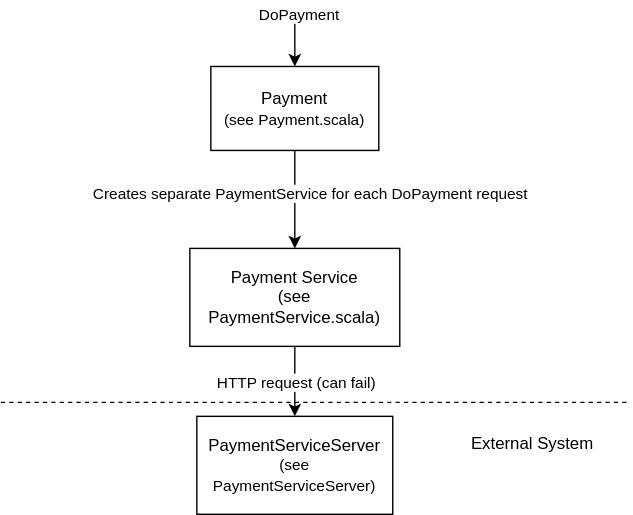
The draw.io diagram payment_architecture.drawio.svg in agh-reactive/reactive-lab5, before a commit. Source tidied: cells renumbered, new cells last; positions are measured from the earlier drawing's top-left corner, leaving out a move shared by most shapes.
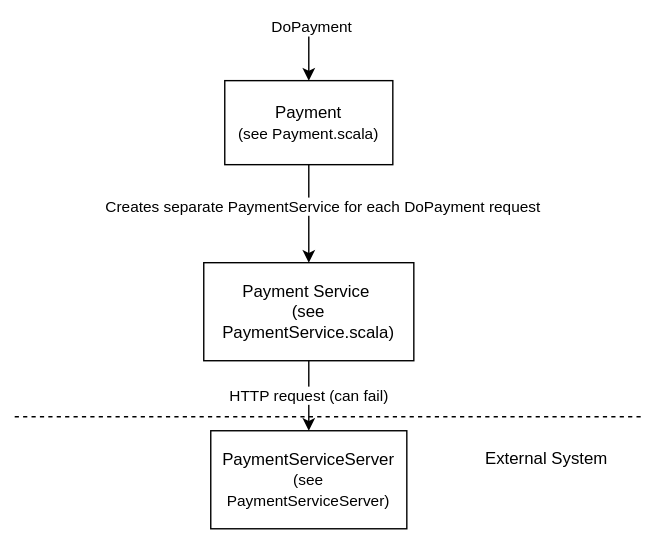
Above is the later version.

What changed in the source:
```diff
@@ -10,12 +10,12 @@
         <mxPoint x="10" y="5" as="offset" />
       </mxGeometry>
     </mxCell>
-    <mxCell id="4" style="edgeStyle=orthogonalEdgeStyle;rounded=0;jettySize=auto;html=1;endArrow=none;endFill=0;startArrow=classic;startFill=1;" parent="1" edge="1" source="6">
-      <mxGeometry relative="1" as="geometry">
-        <mxPoint x="210" as="targetPoint" />
-      </mxGeometry>
-    </mxCell>
+    <mxCell id="13" style="edgeStyle=orthogonalEdgeStyle;rounded=0;jettySize=auto;html=1;endArrow=none;endFill=0;startArrow=classic;startFill=1;" parent="1" edge="1" source="6">
+      <mxGeometry relative="1" as="geometry">
+        <mxPoint x="210" as="targetPoint" />
+      </mxGeometry>
+    </mxCell>
-    <mxCell id="5" value="DoPayment" style="edgeLabel;html=1;align=center;verticalAlign=middle;" parent="4" vertex="1">
+    <mxCell id="5" value="DoPayment" style="edgeLabel;html=1;align=center;verticalAlign=middle;" parent="13" vertex="1">
       <mxGeometry x="0.9" y="-2" relative="1" as="geometry" />
     </mxCell>
     <mxCell id="6" value="Payment &lt;br&gt;&lt;font style=&quot;font-size: 11px&quot;&gt;(see Payment.scala)&lt;/font&gt;" style="rounded=0;whiteSpace=wrap;html=1;" parent="1" vertex="1">
@@ -33,12 +33,12 @@
     <mxCell id="10" value="PaymentServiceServer&lt;br&gt;&lt;font style=&quot;font-size: 11px&quot;&gt;(see PaymentServiceServer)&lt;/font&gt;" style="rounded=0;whiteSpace=wrap;html=1;" parent="1" vertex="1">
       <mxGeometry x="140" y="290" width="140" height="70" as="geometry" />
     </mxCell>
-    <mxCell id="11" style="endArrow=none;dashed=1;html=1;" parent="1" edge="1">
-      <mxGeometry relative="1" as="geometry">
-        <mxPoint y="280" as="sourcePoint" />
-        <mxPoint x="450" y="280" as="targetPoint" />
-      </mxGeometry>
-    </mxCell>
+    <mxCell id="14" style="endArrow=none;dashed=1;html=1;" parent="1" edge="1">
+      <mxGeometry relative="1" as="geometry">
+        <mxPoint y="280" as="sourcePoint" />
+        <mxPoint x="450" y="280" as="targetPoint" />
+      </mxGeometry>
+    </mxCell>
     <mxCell id="12" value="External System" style="text;html=1;strokeColor=none;fillColor=none;align=center;verticalAlign=middle;whiteSpace=wrap;rounded=0;" parent="1" vertex="1">
       <mxGeometry x="330" y="300" width="100" height="20" as="geometry" />
     </mxCell>
```
